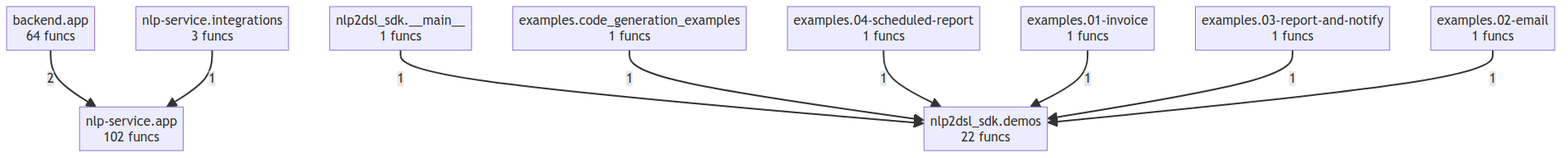
Before: project/compact_flow.png, a diagram exported from Mermaid (semcod/nlp2dsl). Its source is kept beside it as project/compact_flow.mmd.
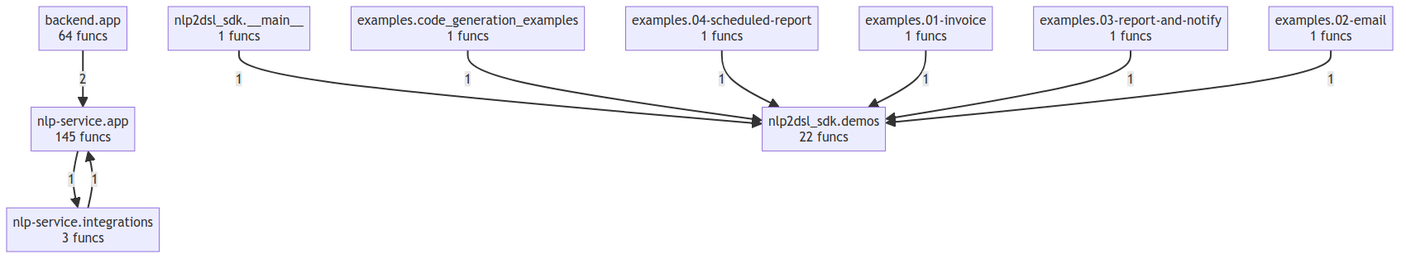
After the commit.

Change to the diagram source:
```diff
@@ -5,7 +5,7 @@
     examples__03_report_and_notify["examples.03-report-and-notify<br/>1 funcs"]
     examples__04_scheduled_report["examples.04-scheduled-report<br/>1 funcs"]
     examples__code_generation_examples["examples.code_generation_examples<br/>1 funcs"]
-    nlp_service__app["nlp-service.app<br/>102 funcs"]
+    nlp_service__app["nlp-service.app<br/>145 funcs"]
     nlp_service__integrations["nlp-service.integrations<br/>3 funcs"]
     nlp2dsl_sdk____main__["nlp2dsl_sdk.__main__<br/>1 funcs"]
     nlp2dsl_sdk__demos["nlp2dsl_sdk.demos<br/>22 funcs"]
@@ -17,3 +17,4 @@
     examples__03_report_and_notify -->|1| nlp2dsl_sdk__demos
     examples__02_email -->|1| nlp2dsl_sdk__demos
     nlp_service__integrations -->|1| nlp_service__app
+    nlp_service__app -->|1| nlp_service__integrations
```
